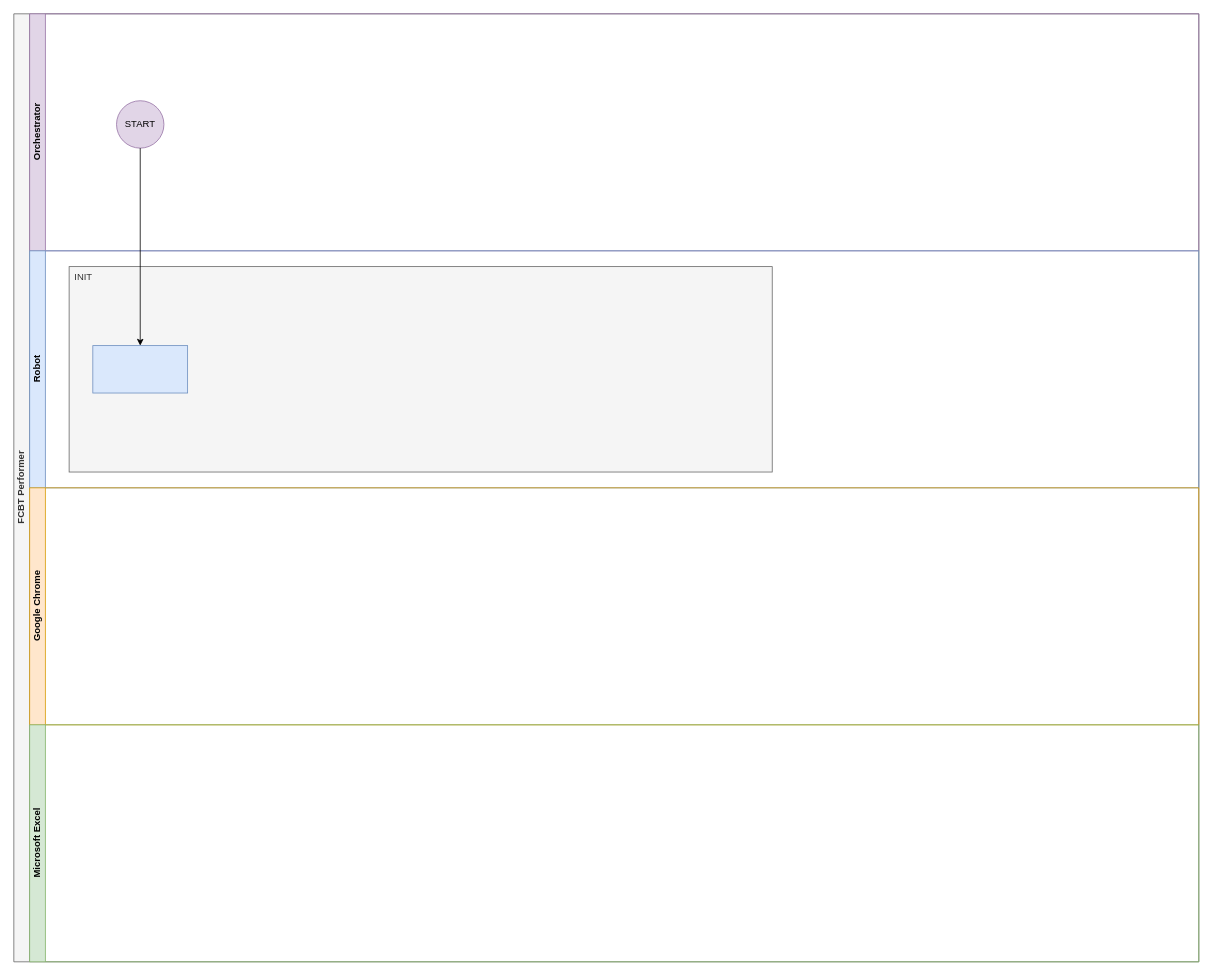
Before: FCM Performer SDD.drawio in mattuptonFCTG/diagrams, a draw.io diagram. Source tidied: cells renumbered, new cells numbered last; positions are measured from the earlier drawing's top-left corner, leaving out a move shared by most shapes. Both pictures are drawn from the tidied source at 79%, with x=0, y=0 at pixel (13, 13).
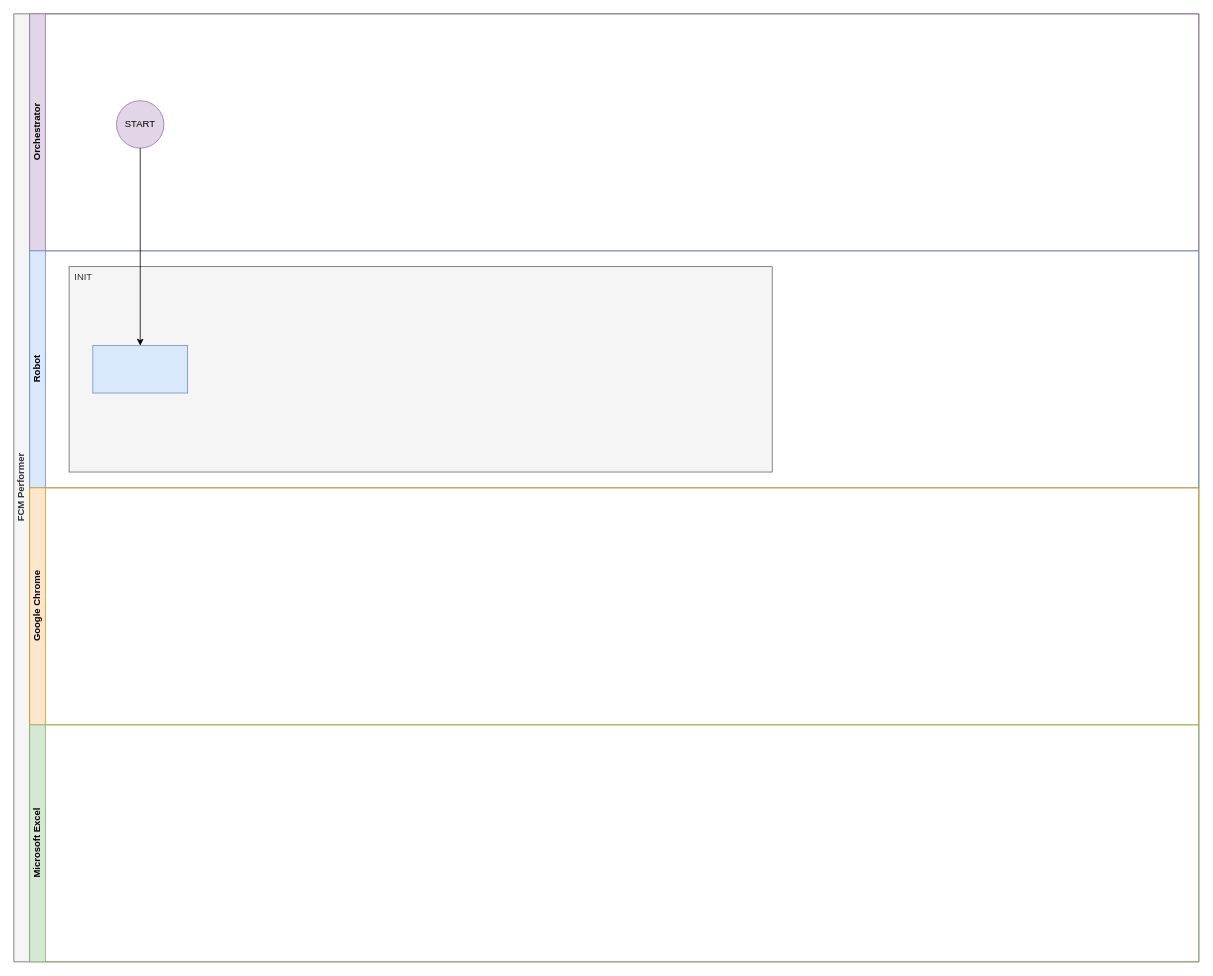
Above is the later version.

The edit, as a diff of the source:
```diff
@@
 <mxGraphModel>
   <root>
     <mxCell id="0" />
     <mxCell id="1" parent="0" />
-    <mxCell id="2" value="FCBT Performer" style="swimlane;html=1;horizontal=0;startSize=20;fillColor=#f5f5f5;strokeColor=#666666;fontColor=#333333;" parent="1" vertex="1">
+    <mxCell id="2" value="FCM Performer" style="swimlane;html=1;horizontal=0;startSize=20;fillColor=#f5f5f5;strokeColor=#666666;fontColor=#333333;" parent="1" vertex="1">
       <mxGeometry width="1500" height="1200" as="geometry" />
     </mxCell>
     <mxCell id="3" value="Orchestrator" style="swimlane;html=1;startSize=20;horizontal=0;fillColor=#e1d5e7;strokeColor=#9673a6;" parent="2" vertex="1">
       <mxGeometry x="20" width="1480" height="300" as="geometry" />
     </mxCell>
     <mxCell id="4" value="START" style="ellipse;whiteSpace=wrap;html=1;fillColor=#e1d5e7;strokeColor=#9673a6;" parent="3" vertex="1">
       <mxGeometry x="110" y="110" width="60" height="60" as="geometry" />
     </mxCell>
     <mxCell id="5" value="Robot" style="swimlane;html=1;startSize=20;horizontal=0;fillColor=#dae8fc;strokeColor=#6c8ebf;" parent="2" vertex="1">
       <mxGeometry x="20" y="300" width="1480" height="300" as="geometry" />
     </mxCell>
     <mxCell id="6" value="INIT" style="rounded=0;whiteSpace=wrap;html=1;fillColor=#f5f5f5;fontColor=#333333;strokeColor=#666666;align=left;verticalAlign=top;labelPosition=center;verticalLabelPosition=middle;spacingLeft=5;" parent="5" vertex="1">
       <mxGeometry x="50" y="20" width="890" height="260" as="geometry" />
     </mxCell>
     <mxCell id="7" style="whiteSpace=wrap;html=1;fillColor=#dae8fc;strokeColor=#6c8ebf;" parent="5" vertex="1">
       <mxGeometry x="80" y="120" width="120" height="60" as="geometry" />
     </mxCell>
     <mxCell id="8" value="Google Chrome" style="swimlane;html=1;startSize=20;horizontal=0;fillColor=#ffe6cc;strokeColor=#d79b00;" parent="2" vertex="1">
       <mxGeometry x="20" y="600" width="1480" height="300" as="geometry" />
     </mxCell>
     <mxCell id="9" value="Microsoft Excel" style="swimlane;html=1;startSize=20;horizontal=0;fillColor=#d5e8d4;strokeColor=#82b366;" parent="2" vertex="1">
       <mxGeometry x="20" y="900" width="1480" height="300" as="geometry" />
     </mxCell>
     <mxCell id="10" style="edgeStyle=orthogonalEdgeStyle;rounded=0;jettySize=auto;html=1;" parent="2" edge="1" source="4" target="7">
       <mxGeometry relative="1" as="geometry" />
     </mxCell>
   </root>
 </mxGraphModel>
```
